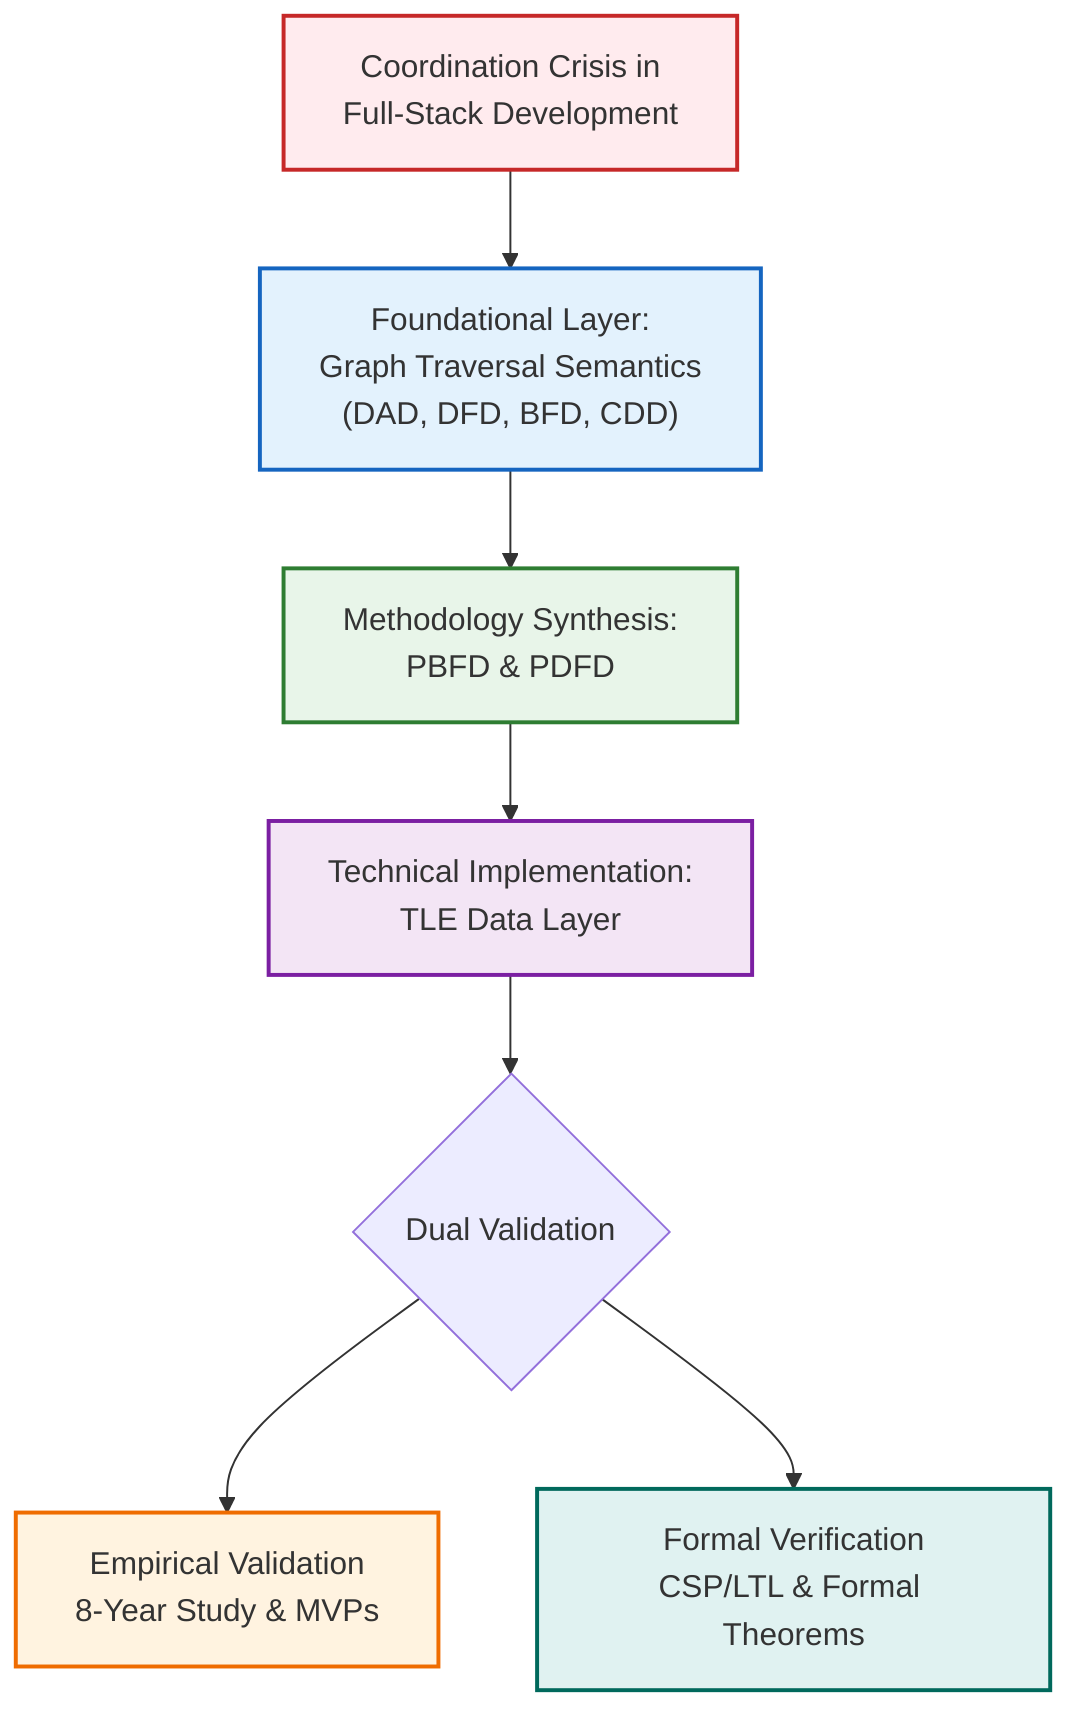
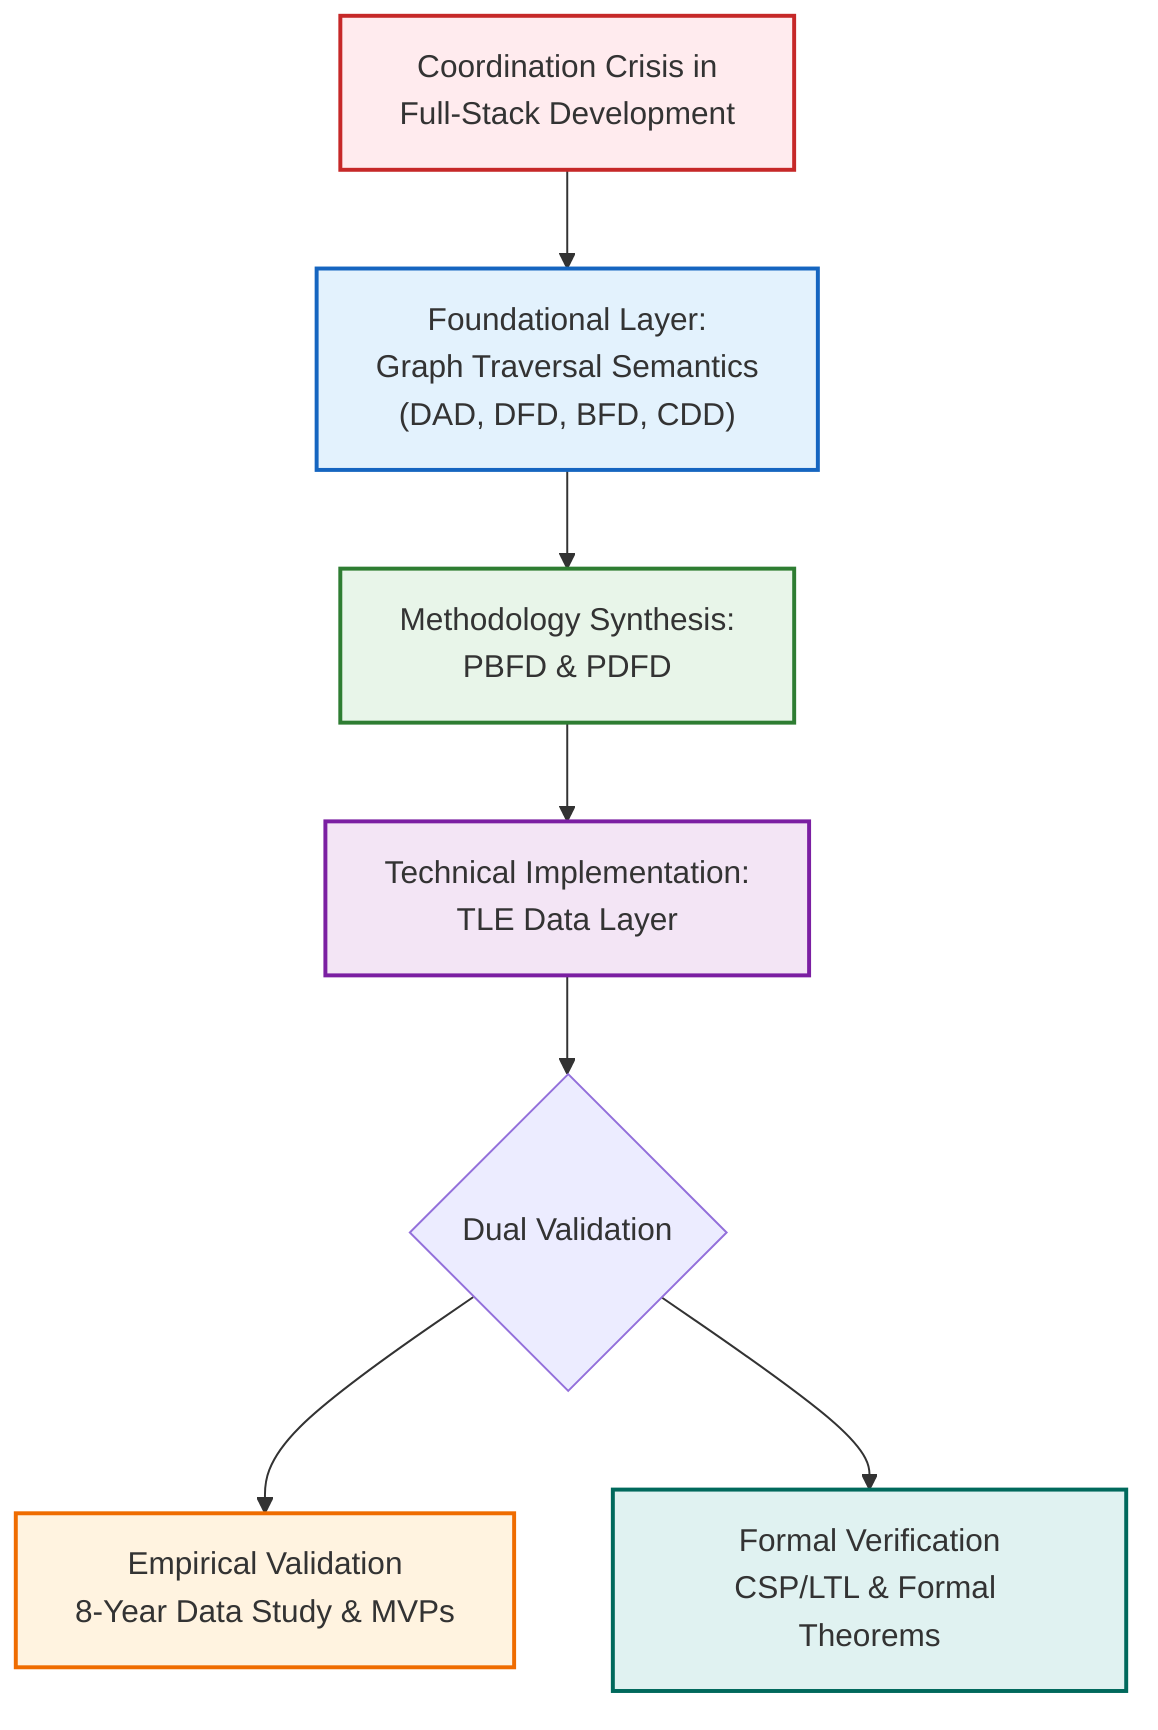
graph TD
    A["Coordination Crisis in<br/>Full-Stack Development"] --> B["Foundational Layer:<br/>Graph Traversal Semantics<br/>(DAD, DFD, BFD, CDD)"]

    B --> C["Methodology Synthesis:<br/>PBFD & PDFD"]

    C --> D["Technical Implementation:<br/>TLE Data Layer"]

    D --> E{"Dual Validation"}
-     E --> F["Empirical Validation<br/>8-Year Study & MVPs"]
+     E --> F["Empirical Validation<br/>8-Year Data Study & MVPs"]
    E --> G["Formal Verification<br/>CSP/LTL & Formal Theorems"]

    style A fill:#ffebee,stroke:#c62828,stroke-width:2px
    style B fill:#e3f2fd,stroke:#1565c0,stroke-width:2px
    style C fill:#e8f5e9,stroke:#2e7d32,stroke-width:2px
    style D fill:#f3e5f5,stroke:#7b1fa2,stroke-width:2px
    style F fill:#fff3e0,stroke:#ef6c00,stroke-width:2px
    style G fill:#e0f2f1,stroke:#00695c,stroke-width:2px
